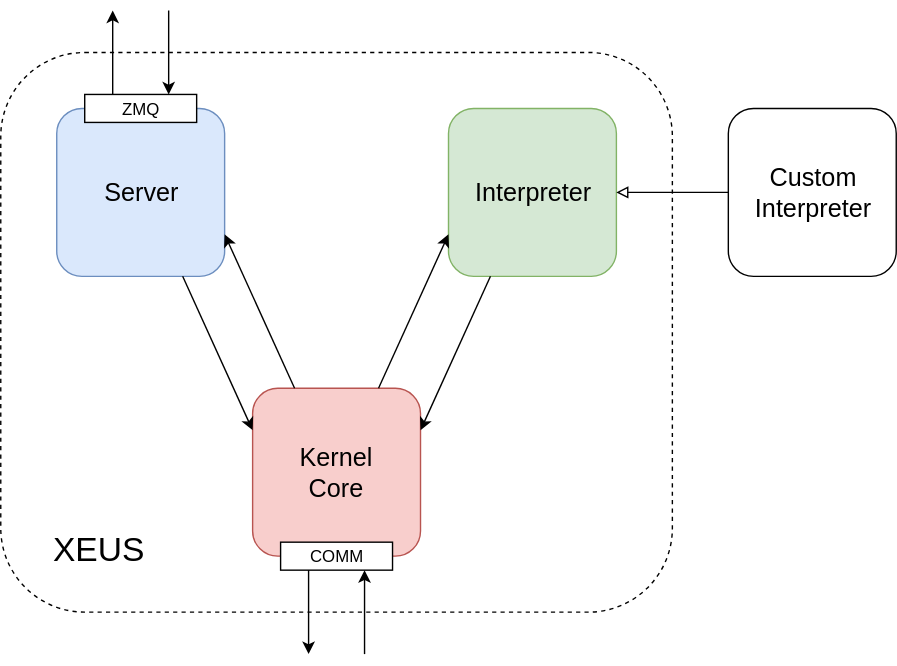
Earlier version of the draw.io export docs/source/xeus_archi.svg (jupyter-xeus/xeus). Source tidied: cells renumbered, new cells last; positions are measured from the earlier drawing's top-left corner, leaving out a move shared by most shapes. Source of this version:
```xml
<mxGraphModel>
  <root>
    <mxCell id="0" />
    <mxCell id="1" parent="0" />
    <mxCell id="2" style="rounded=1;whiteSpace=wrap;html=1;dashed=1;" parent="1" vertex="1">
      <mxGeometry y="30" width="480" height="400" as="geometry" />
    </mxCell>
    <mxCell id="3" style="rounded=1;whiteSpace=wrap;html=1;fillColor=#dae8fc;strokeColor=#6c8ebf;" parent="1" vertex="1">
      <mxGeometry x="40" y="70" width="120" height="120" as="geometry" />
    </mxCell>
    <mxCell id="4" value="ZMQ" style="rounded=0;whiteSpace=wrap;html=1;" parent="1" vertex="1">
      <mxGeometry x="60" y="60" width="80" height="20" as="geometry" />
    </mxCell>
    <mxCell id="5" value="&lt;font style=&quot;font-size: 18px&quot;&gt;Server&lt;/font&gt;" style="text;html=1;strokeColor=none;fillColor=none;align=center;verticalAlign=middle;whiteSpace=wrap;rounded=0;" parent="1" vertex="1">
      <mxGeometry x="60" y="110" width="80" height="40" as="geometry" />
    </mxCell>
    <mxCell id="6" style="rounded=1;whiteSpace=wrap;html=1;fillColor=#d5e8d4;strokeColor=#82b366;" parent="1" vertex="1">
      <mxGeometry x="320" y="70" width="120" height="120" as="geometry" />
    </mxCell>
    <mxCell id="7" value="&lt;font style=&quot;font-size: 18px&quot;&gt;Interpreter&lt;/font&gt;" style="text;html=1;strokeColor=none;fillColor=none;align=center;verticalAlign=middle;whiteSpace=wrap;rounded=0;" parent="1" vertex="1">
      <mxGeometry x="320" y="120" width="120" height="20" as="geometry" />
    </mxCell>
    <mxCell id="8" style="rounded=1;whiteSpace=wrap;html=1;fillColor=#f8cecc;strokeColor=#b85450;" parent="1" vertex="1">
      <mxGeometry x="180" y="270" width="120" height="120" as="geometry" />
    </mxCell>
    <mxCell id="9" value="&lt;font style=&quot;font-size: 18px&quot;&gt;Kernel Core&lt;/font&gt;" style="text;html=1;strokeColor=none;fillColor=none;align=center;verticalAlign=middle;whiteSpace=wrap;rounded=0;" parent="1" vertex="1">
      <mxGeometry x="200" y="320" width="80" height="20" as="geometry" />
    </mxCell>
    <mxCell id="10" style="endArrow=classic;html=1;entryX=1;entryY=0.75;entryDx=0;entryDy=0;exitX=0.25;exitY=0;exitDx=0;exitDy=0;" parent="1" edge="1" source="8" target="3">
      <mxGeometry relative="1" as="geometry" />
    </mxCell>
    <mxCell id="11" style="endArrow=classic;html=1;entryX=0;entryY=0.25;entryDx=0;entryDy=0;exitX=0.75;exitY=1;exitDx=0;exitDy=0;" parent="1" edge="1" source="3" target="8">
      <mxGeometry relative="1" as="geometry" />
    </mxCell>
    <mxCell id="12" style="endArrow=classic;html=1;entryX=0;entryY=0.75;entryDx=0;entryDy=0;exitX=0.75;exitY=0;exitDx=0;exitDy=0;" parent="1" edge="1" source="8" target="6">
      <mxGeometry relative="1" as="geometry" />
    </mxCell>
    <mxCell id="13" style="endArrow=classic;html=1;entryX=1;entryY=0.25;entryDx=0;entryDy=0;exitX=0.25;exitY=1;exitDx=0;exitDy=0;" parent="1" edge="1" source="6" target="8">
      <mxGeometry relative="1" as="geometry" />
    </mxCell>
    <mxCell id="14" value="&lt;font style=&quot;font-size: 24px&quot;&gt;XEUS&lt;/font&gt;" style="text;html=1;strokeColor=none;fillColor=none;align=center;verticalAlign=middle;whiteSpace=wrap;rounded=0;dashed=1;" parent="1" vertex="1">
      <mxGeometry x="20" y="360" width="100" height="50" as="geometry" />
    </mxCell>
    <mxCell id="15" style="endArrow=classic;html=1;exitX=0.25;exitY=0;exitDx=0;exitDy=0;" parent="1" edge="1" source="4">
      <mxGeometry relative="1" as="geometry">
        <mxPoint x="80" as="targetPoint" />
      </mxGeometry>
    </mxCell>
    <mxCell id="16" style="endArrow=classic;html=1;entryX=0.75;entryY=0;entryDx=0;entryDy=0;" parent="1" edge="1" target="4">
      <mxGeometry relative="1" as="geometry">
        <mxPoint x="120" as="sourcePoint" />
      </mxGeometry>
    </mxCell>
    <mxCell id="17" value="COMM" style="rounded=0;whiteSpace=wrap;html=1;" parent="1" vertex="1">
      <mxGeometry x="200" y="380" width="80" height="20" as="geometry" />
    </mxCell>
    <mxCell id="18" style="endArrow=classic;html=1;exitX=0.25;exitY=1;exitDx=0;exitDy=0;" parent="1" edge="1" source="17">
      <mxGeometry relative="1" as="geometry">
        <mxPoint x="220" y="460" as="targetPoint" />
      </mxGeometry>
    </mxCell>
    <mxCell id="19" style="endArrow=classic;html=1;entryX=0.75;entryY=1;entryDx=0;entryDy=0;" parent="1" edge="1" target="17">
      <mxGeometry relative="1" as="geometry">
        <mxPoint x="260" y="460" as="sourcePoint" />
      </mxGeometry>
    </mxCell>
    <mxCell id="20" value="&lt;font style=&quot;font-size: 18px&quot;&gt;Custom&lt;br&gt;Interpreter&lt;/font&gt;&lt;br&gt;" style="rounded=1;whiteSpace=wrap;html=1;" parent="1" vertex="1">
      <mxGeometry x="520" y="70" width="120" height="120" as="geometry" />
    </mxCell>
    <mxCell id="21" style="endArrow=block;html=1;entryX=1;entryY=0.5;entryDx=0;entryDy=0;exitX=0;exitY=0.5;exitDx=0;exitDy=0;endFill=0;" parent="1" edge="1" source="20" target="7">
      <mxGeometry relative="1" as="geometry" />
    </mxCell>
  </root>
</mxGraphModel>
```
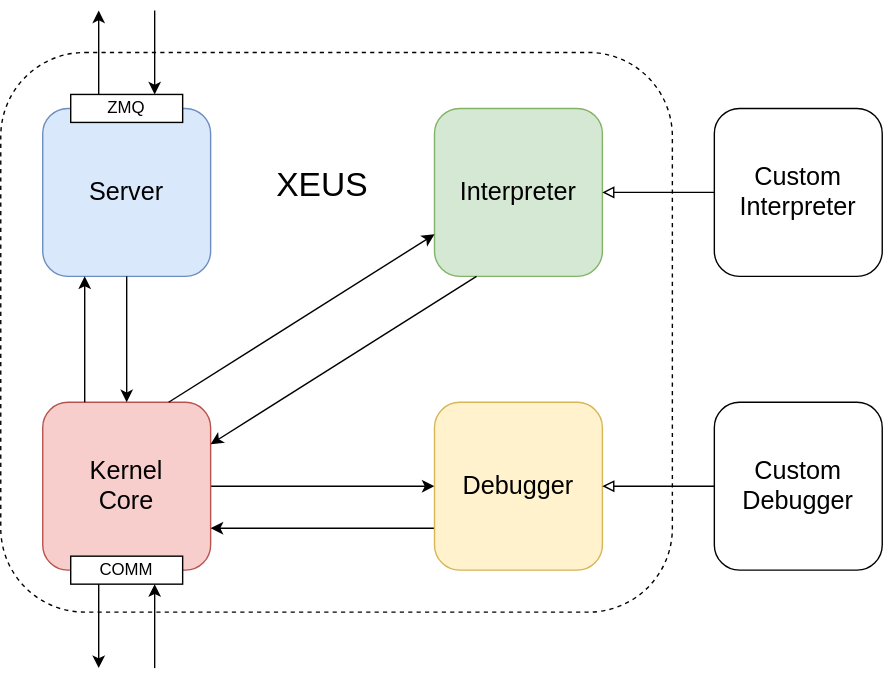
After the commit.

Commit message:
Added debugger to the architecture diagram

Diff of the diagram source:
```diff
@@ -3,7 +3,7 @@
     <mxCell id="0" />
     <mxCell id="1" parent="0" />
     <mxCell id="2" style="rounded=1;whiteSpace=wrap;html=1;dashed=1;" parent="1" vertex="1">
-      <mxGeometry y="30" width="480" height="400" as="geometry" />
+      <mxGeometry x="10" y="30" width="480" height="400" as="geometry" />
     </mxCell>
     <mxCell id="3" style="rounded=1;whiteSpace=wrap;html=1;fillColor=#dae8fc;strokeColor=#6c8ebf;" parent="1" vertex="1">
       <mxGeometry x="40" y="70" width="120" height="120" as="geometry" />
@@ -20,55 +20,73 @@
     <mxCell id="7" value="&lt;font style=&quot;font-size: 18px&quot;&gt;Interpreter&lt;/font&gt;" style="text;html=1;strokeColor=none;fillColor=none;align=center;verticalAlign=middle;whiteSpace=wrap;rounded=0;" parent="1" vertex="1">
       <mxGeometry x="320" y="120" width="120" height="20" as="geometry" />
     </mxCell>
-    <mxCell id="8" style="rounded=1;whiteSpace=wrap;html=1;fillColor=#f8cecc;strokeColor=#b85450;" parent="1" vertex="1">
-      <mxGeometry x="180" y="270" width="120" height="120" as="geometry" />
+    <mxCell id="8" style="edgeStyle=orthogonalEdgeStyle;rounded=0;jettySize=auto;html=1;exitX=1;exitY=0.5;exitDx=0;exitDy=0;entryX=0;entryY=0.5;entryDx=0;entryDy=0;" parent="1" edge="1" source="9" target="25">
+      <mxGeometry relative="1" as="geometry" />
     </mxCell>
-    <mxCell id="9" value="&lt;font style=&quot;font-size: 18px&quot;&gt;Kernel Core&lt;/font&gt;" style="text;html=1;strokeColor=none;fillColor=none;align=center;verticalAlign=middle;whiteSpace=wrap;rounded=0;" parent="1" vertex="1">
-      <mxGeometry x="200" y="320" width="80" height="20" as="geometry" />
+    <mxCell id="9" style="rounded=1;whiteSpace=wrap;html=1;fillColor=#f8cecc;strokeColor=#b85450;" parent="1" vertex="1">
+      <mxGeometry x="40" y="280" width="120" height="120" as="geometry" />
     </mxCell>
-    <mxCell id="10" style="endArrow=classic;html=1;entryX=1;entryY=0.75;entryDx=0;entryDy=0;exitX=0.25;exitY=0;exitDx=0;exitDy=0;" parent="1" edge="1" source="8" target="3">
-      <mxGeometry relative="1" as="geometry" />
+    <mxCell id="10" value="&lt;font style=&quot;font-size: 18px&quot;&gt;Kernel Core&lt;/font&gt;" style="text;html=1;strokeColor=none;fillColor=none;align=center;verticalAlign=middle;whiteSpace=wrap;rounded=0;" parent="1" vertex="1">
+      <mxGeometry x="60" y="330" width="80" height="20" as="geometry" />
     </mxCell>
-    <mxCell id="11" style="endArrow=classic;html=1;entryX=0;entryY=0.25;entryDx=0;entryDy=0;exitX=0.75;exitY=1;exitDx=0;exitDy=0;" parent="1" edge="1" source="3" target="8">
+    <mxCell id="11" style="endArrow=classic;html=1;entryX=0;entryY=0.75;entryDx=0;entryDy=0;exitX=0.75;exitY=0;exitDx=0;exitDy=0;" parent="1" edge="1" source="9" target="6">
       <mxGeometry relative="1" as="geometry" />
     </mxCell>
-    <mxCell id="12" style="endArrow=classic;html=1;entryX=0;entryY=0.75;entryDx=0;entryDy=0;exitX=0.75;exitY=0;exitDx=0;exitDy=0;" parent="1" edge="1" source="8" target="6">
+    <mxCell id="12" style="endArrow=classic;html=1;entryX=1;entryY=0.25;entryDx=0;entryDy=0;exitX=0.25;exitY=1;exitDx=0;exitDy=0;" parent="1" edge="1" source="6" target="9">
       <mxGeometry relative="1" as="geometry" />
     </mxCell>
-    <mxCell id="13" style="endArrow=classic;html=1;entryX=1;entryY=0.25;entryDx=0;entryDy=0;exitX=0.25;exitY=1;exitDx=0;exitDy=0;" parent="1" edge="1" source="6" target="8">
-      <mxGeometry relative="1" as="geometry" />
+    <mxCell id="13" value="&lt;font style=&quot;font-size: 24px&quot;&gt;XEUS&lt;/font&gt;" style="text;html=1;strokeColor=none;fillColor=none;align=center;verticalAlign=middle;whiteSpace=wrap;rounded=0;dashed=1;" parent="1" vertex="1">
+      <mxGeometry x="190" y="100" width="100" height="50" as="geometry" />
     </mxCell>
-    <mxCell id="14" value="&lt;font style=&quot;font-size: 24px&quot;&gt;XEUS&lt;/font&gt;" style="text;html=1;strokeColor=none;fillColor=none;align=center;verticalAlign=middle;whiteSpace=wrap;rounded=0;dashed=1;" parent="1" vertex="1">
-      <mxGeometry x="20" y="360" width="100" height="50" as="geometry" />
+    <mxCell id="14" style="endArrow=classic;html=1;exitX=0.25;exitY=0;exitDx=0;exitDy=0;" parent="1" edge="1" source="4">
+      <mxGeometry relative="1" as="geometry">
+        <mxPoint x="80" as="targetPoint" />
+      </mxGeometry>
     </mxCell>
-    <mxCell id="15" style="endArrow=classic;html=1;exitX=0.25;exitY=0;exitDx=0;exitDy=0;" parent="1" edge="1" source="4">
+    <mxCell id="15" style="endArrow=classic;html=1;entryX=0.75;entryY=0;entryDx=0;entryDy=0;" parent="1" edge="1" target="4">
       <mxGeometry relative="1" as="geometry">
-        <mxPoint x="80" as="targetPoint" />
+        <mxPoint x="120" as="sourcePoint" />
       </mxGeometry>
     </mxCell>
-    <mxCell id="16" style="endArrow=classic;html=1;entryX=0.75;entryY=0;entryDx=0;entryDy=0;" parent="1" edge="1" target="4">
-      <mxGeometry relative="1" as="geometry">
-        <mxPoint x="120" as="sourcePoint" />
-      </mxGeometry>
+    <mxCell id="16" value="COMM" style="rounded=0;whiteSpace=wrap;html=1;" parent="1" vertex="1">
+      <mxGeometry x="60" y="390" width="80" height="20" as="geometry" />
     </mxCell>
-    <mxCell id="17" value="COMM" style="rounded=0;whiteSpace=wrap;html=1;" parent="1" vertex="1">
-      <mxGeometry x="200" y="380" width="80" height="20" as="geometry" />
+    <mxCell id="17" style="endArrow=classic;html=1;exitX=0.25;exitY=1;exitDx=0;exitDy=0;" parent="1" edge="1" source="16">
+      <mxGeometry relative="1" as="geometry">
+        <mxPoint x="80" y="470" as="targetPoint" />
+      </mxGeometry>
     </mxCell>
-    <mxCell id="18" style="endArrow=classic;html=1;exitX=0.25;exitY=1;exitDx=0;exitDy=0;" parent="1" edge="1" source="17">
+    <mxCell id="18" style="endArrow=classic;html=1;entryX=0.75;entryY=1;entryDx=0;entryDy=0;" parent="1" edge="1" target="16">
       <mxGeometry relative="1" as="geometry">
-        <mxPoint x="220" y="460" as="targetPoint" />
+        <mxPoint x="120" y="470" as="sourcePoint" />
       </mxGeometry>
     </mxCell>
-    <mxCell id="19" style="endArrow=classic;html=1;entryX=0.75;entryY=1;entryDx=0;entryDy=0;" parent="1" edge="1" target="17">
-      <mxGeometry relative="1" as="geometry">
-        <mxPoint x="260" y="460" as="sourcePoint" />
-      </mxGeometry>
+    <mxCell id="19" value="&lt;font style=&quot;font-size: 18px&quot;&gt;Custom&lt;br&gt;Interpreter&lt;/font&gt;&lt;br&gt;" style="rounded=1;whiteSpace=wrap;html=1;" parent="1" vertex="1">
+      <mxGeometry x="520" y="70" width="120" height="120" as="geometry" />
     </mxCell>
-    <mxCell id="20" value="&lt;font style=&quot;font-size: 18px&quot;&gt;Custom&lt;br&gt;Interpreter&lt;/font&gt;&lt;br&gt;" style="rounded=1;whiteSpace=wrap;html=1;" parent="1" vertex="1">
-      <mxGeometry x="520" y="70" width="120" height="120" as="geometry" />
+    <mxCell id="20" style="endArrow=block;html=1;entryX=1;entryY=0.5;entryDx=0;entryDy=0;exitX=0;exitY=0.5;exitDx=0;exitDy=0;endFill=0;" parent="1" edge="1" source="19" target="7">
+      <mxGeometry relative="1" as="geometry" />
     </mxCell>
-    <mxCell id="21" style="endArrow=block;html=1;entryX=1;entryY=0.5;entryDx=0;entryDy=0;exitX=0;exitY=0.5;exitDx=0;exitDy=0;endFill=0;" parent="1" edge="1" source="20" target="7">
+    <mxCell id="21" style="endArrow=classic;html=1;entryX=0.25;entryY=1;entryDx=0;entryDy=0;exitX=0.25;exitY=0;exitDx=0;exitDy=0;" parent="1" edge="1" source="9" target="3">
       <mxGeometry relative="1" as="geometry" />
     </mxCell>
+    <mxCell id="22" style="endArrow=classic;html=1;exitX=0.5;exitY=1;exitDx=0;exitDy=0;entryX=0.5;entryY=0;entryDx=0;entryDy=0;" parent="1" edge="1" source="3" target="9">
+      <mxGeometry relative="1" as="geometry" />
+    </mxCell>
+    <mxCell id="23" style="edgeStyle=orthogonalEdgeStyle;rounded=0;jettySize=auto;html=1;exitX=0;exitY=0.75;exitDx=0;exitDy=0;entryX=1;entryY=0.75;entryDx=0;entryDy=0;" parent="1" edge="1" source="24" target="9">
+      <mxGeometry relative="1" as="geometry" />
+    </mxCell>
+    <mxCell id="24" style="rounded=1;whiteSpace=wrap;html=1;fillColor=#fff2cc;strokeColor=#d6b656;" parent="1" vertex="1">
+      <mxGeometry x="320" y="280" width="120" height="120" as="geometry" />
+    </mxCell>
+    <mxCell id="25" value="&lt;font style=&quot;font-size: 18px&quot;&gt;Debugger&lt;/font&gt;" style="text;html=1;strokeColor=none;fillColor=none;align=center;verticalAlign=middle;whiteSpace=wrap;rounded=0;" parent="1" vertex="1">
+      <mxGeometry x="320" y="330" width="120" height="20" as="geometry" />
+    </mxCell>
+    <mxCell id="26" value="&lt;font style=&quot;font-size: 18px&quot;&gt;Custom&lt;br&gt;Debugger&lt;/font&gt;" style="rounded=1;whiteSpace=wrap;html=1;" parent="1" vertex="1">
+      <mxGeometry x="520" y="280" width="120" height="120" as="geometry" />
+    </mxCell>
+    <mxCell id="27" style="endArrow=block;html=1;entryX=1;entryY=0.5;entryDx=0;entryDy=0;exitX=0;exitY=0.5;exitDx=0;exitDy=0;endFill=0;" parent="1" edge="1" source="26" target="25">
+      <mxGeometry relative="1" as="geometry" />
+    </mxCell>
   </root>
 </mxGraphModel>
```
